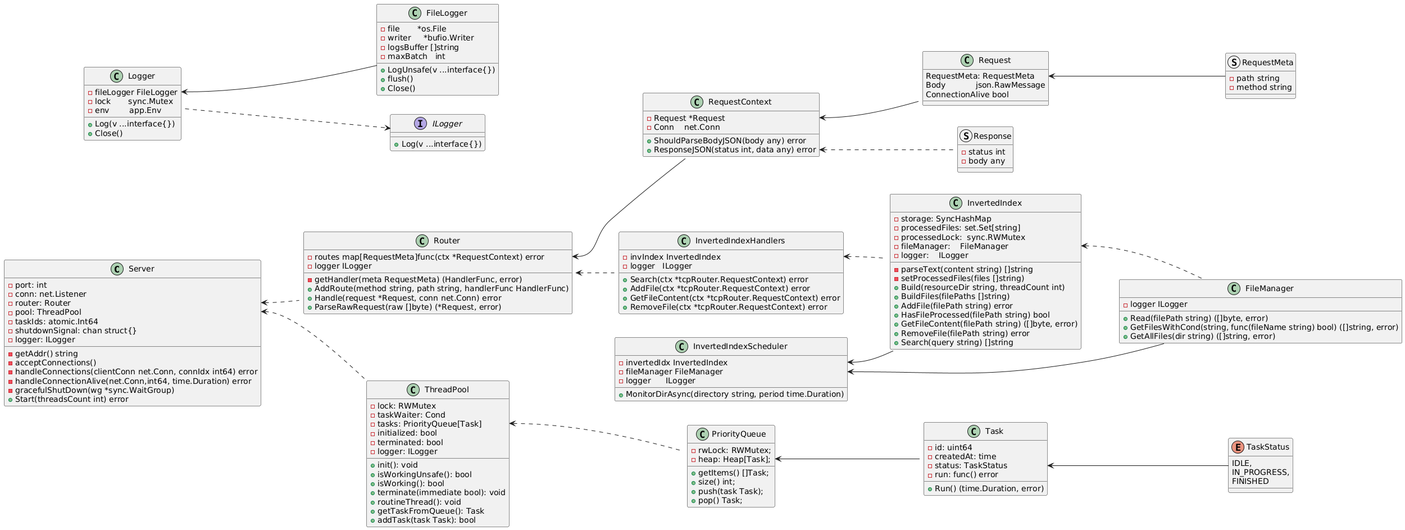
The PlantUML diagram docs/uml/class-diagram.png in ArtemLymarenko/parallel-course-work, before a commit.
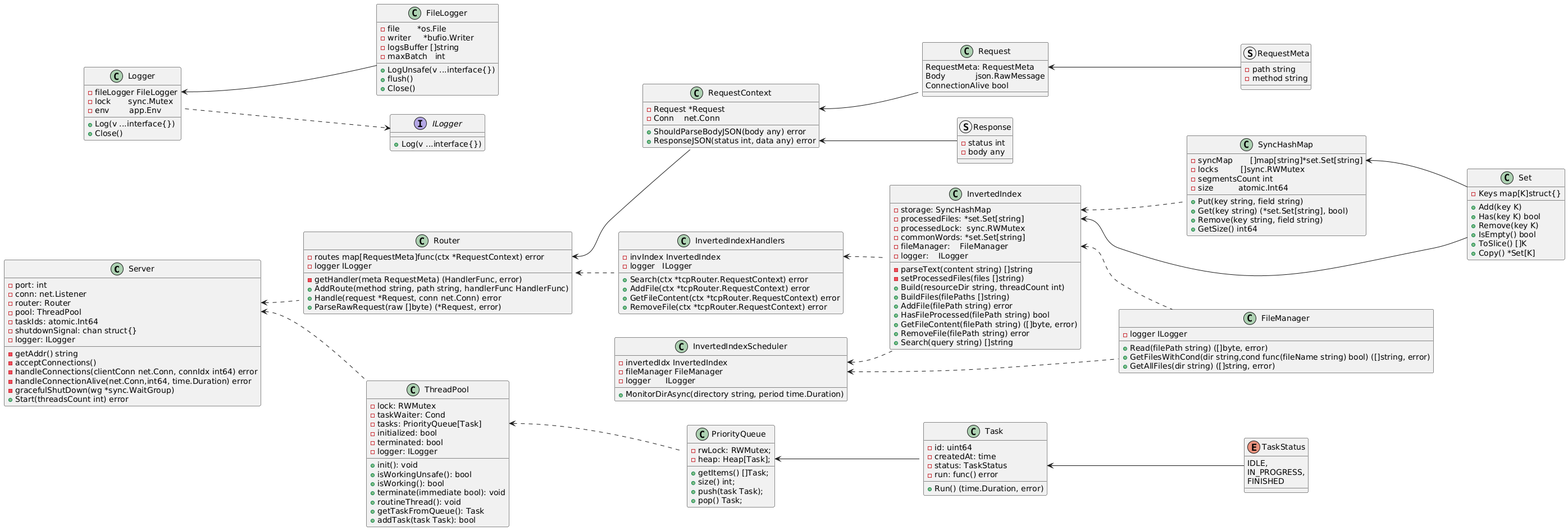
After the change.

Commit message:
* uml diagram and readme

Diff of the diagram source:
```diff
@@ -63,15 +63,6 @@
     {method} +RemoveFile(ctx *tcpRouter.RequestContext) error
 }
 
-class FileManager {
-    {field} -logger ILogger
-
-    {method} +Read(filePath string) ([]byte, error)
-    {method} +GetFilesWithCond(string, func(fileName string) bool) ([]string, error)
-    {method} +GetAllFiles(dir string) ([]string, error)
-
-}
-
 class ThreadPool {
     {field} -lock: RWMutex
     {field} -taskWaiter: Cond
@@ -116,8 +107,9 @@
 
 class InvertedIndex{
      {field} -storage: SyncHashMap
-     {field} -processedFiles: set.Set[string]
+     {field} -processedFiles: *set.Set[string]
      {field} -processedLock:  sync.RWMutex
+     {field} -commonWords: *set.Set[string]
      {field} -fileManager:    FileManager
      {field} -logger:    ILogger
 
@@ -130,6 +122,22 @@
      {method} +GetFileContent(filePath string) ([]byte, error)
      {method} +RemoveFile(filePath string) error
      {method} +Search(query string) []string
+}
+
+class InvertedIndexScheduler {
+    {field} -invertedIdx InvertedIndex
+    {field} -fileManager FileManager
+    {field} -logger      ILogger
+
+    {method} +MonitorDirAsync(directory string, period time.Duration)
+}
+
+class FileManager {
+    {field} -logger ILogger
+
+    {method} +Read(filePath string) ([]byte, error)
+    {method} +GetFilesWithCond(dir string,cond func(fileName string) bool) ([]string, error)
+    {method} +GetAllFiles(dir string) ([]string, error)
 }
 
 class FileLogger{
@@ -153,25 +161,40 @@
     {method} +Close()
 }
 
+class SyncHashMap {
+    {field} -syncMap       []map[string]*set.Set[string]
+    {field} -locks         []sync.RWMutex
+    {field} -segmentsCount int
+    {field} -size          atomic.Int64
+
+    {method} +Put(key string, field string)
+    {method} +Get(key string) (*set.Set[string], bool)
+    {method} +Remove(key string, field string)
+    {method} +GetSize() int64
+}
+
+class Set{
+    {field} -Keys map[K]struct{}
+
+    {method} +Add(key K)
+    {method} +Has(key K) bool
+    {method} +Remove(key K)
+    {method} +IsEmpty() bool
+    {method} +ToSlice() []K
+    {method} +Copy() *Set[K]
+}
+
 interface ILogger{
     {method} +Log(v ...interface{})
 }
 
-
-class InvertedIndexScheduler {
-    {field} -invertedIdx InvertedIndex
-	{field} -fileManager FileManager
-	{field} -logger      ILogger
-
-	{method} +MonitorDirAsync(directory string, period time.Duration)
-}
 
 Server::pool <.. ThreadPool
 Server::Router <.. Router
 
 Router::RequestContext <-- RequestContext
 
-RequestContext::ResponseJSON <.. Response
+RequestContext::ResponseJSON <-- Response
 RequestContext::Request <-- Request
 
 Request::RequestMeta <-- RequestMeta
@@ -181,15 +204,17 @@
 
 Task::status <-- TaskStatus
 
+Router::routes <..InvertedIndexHandlers
+InvertedIndexHandlers::InvertedIndex<.. InvertedIndex
+InvertedIndex::SyncHashMap <.. SyncHashMap
+SyncHashMap::set.Set <-- Set
+InvertedIndex::set.Set <-- Set
+
 InvertedIndex::FileManager <.. FileManager
-
-Router::routes <..InvertedIndexHandlers
-InvertedIndexHandlers::InvertedIndex <.. InvertedIndex
+InvertedIndexScheduler::FileManager <.. FileManager
+InvertedIndexScheduler::InvertedIndex <.. InvertedIndex
 
 Logger::FileLogger <-- FileLogger
 
 Logger ..> ILogger
-
-InvertedIndexScheduler::FileManager <-- FileManager
-InvertedIndexScheduler::InvertedIndex <-- InvertedIndex
 @enduml
```
